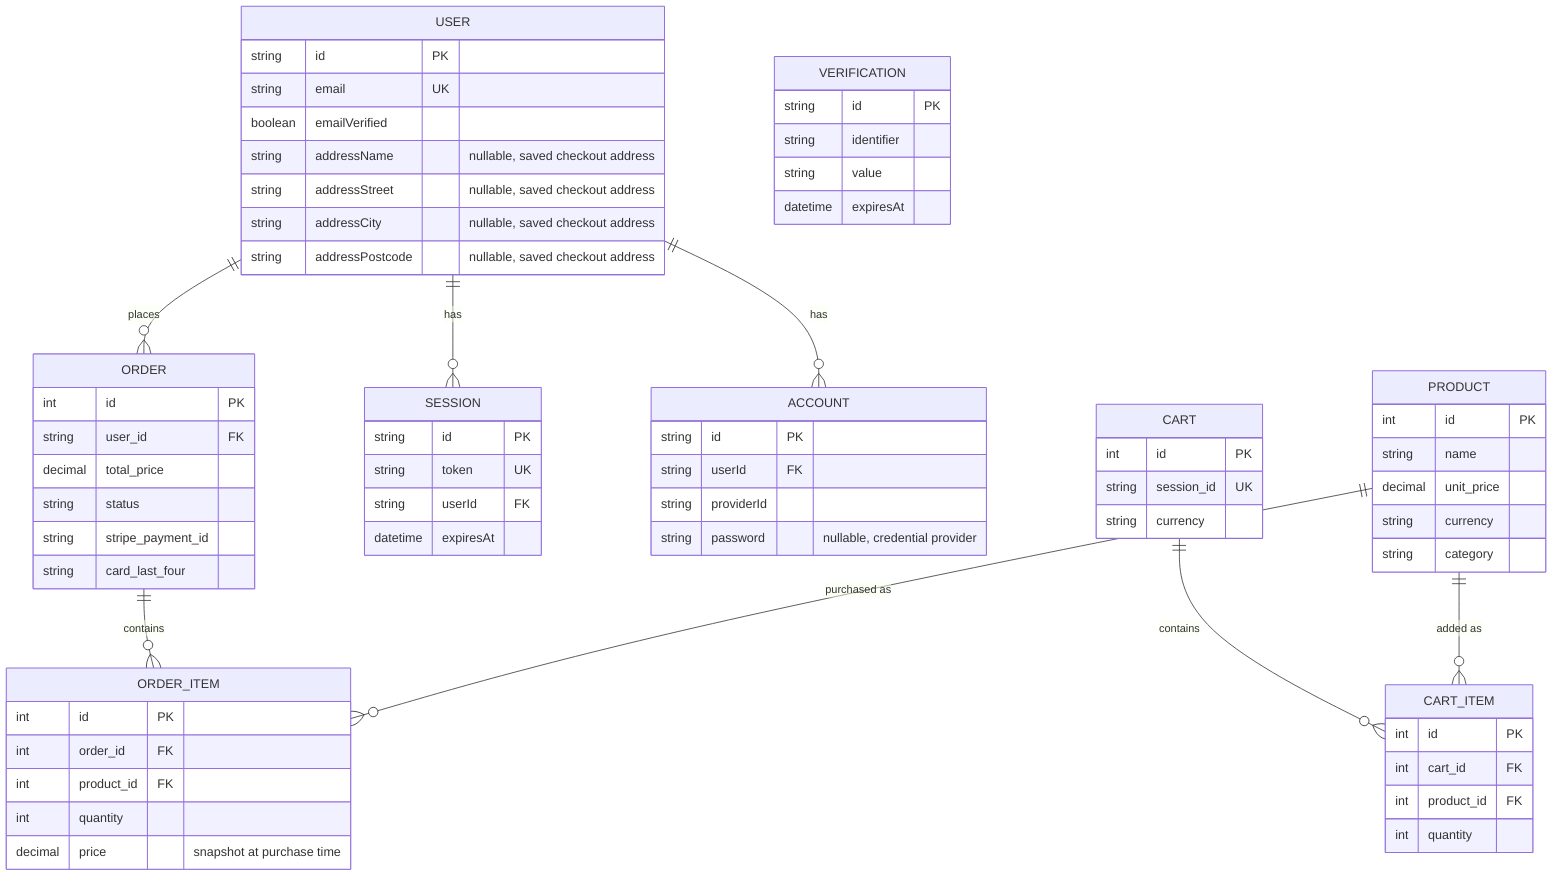
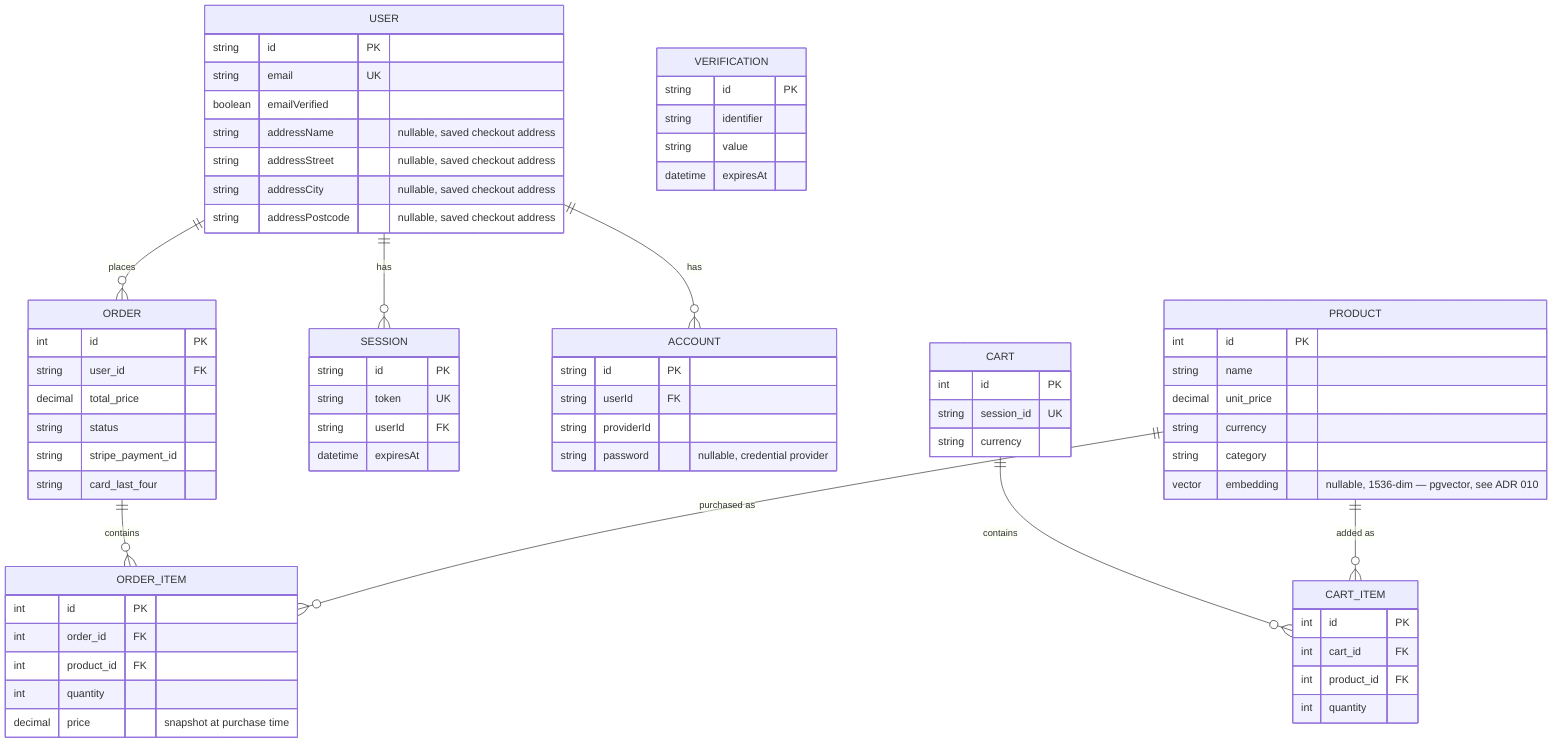
%% Data model — Prisma schema (packages/api/prisma/schema.prisma).
- %% Source of truth: packages/api/prisma/schema.prisma, docs/adr/002-database-and-orm.md.
+ %% Source of truth: packages/api/prisma/schema.prisma, docs/adr/002-database-and-orm.md, docs/adr/010-semantic-search.md.
%% Regenerate the SVG with: bun run diagrams
erDiagram
  USER ||--o{ ORDER : places
  USER ||--o{ SESSION : has
  USER ||--o{ ACCOUNT : has
  CART ||--o{ CART_ITEM : contains
  PRODUCT ||--o{ CART_ITEM : "added as"
  ORDER ||--o{ ORDER_ITEM : contains
  PRODUCT ||--o{ ORDER_ITEM : "purchased as"

  USER {
    string id PK
    string email UK
    boolean emailVerified
    string addressName "nullable, saved checkout address"
    string addressStreet "nullable, saved checkout address"
    string addressCity "nullable, saved checkout address"
    string addressPostcode "nullable, saved checkout address"
  }

  SESSION {
    string id PK
    string token UK
    string userId FK
    datetime expiresAt
  }

  ACCOUNT {
    string id PK
    string userId FK
    string providerId
    string password "nullable, credential provider"
  }

  VERIFICATION {
    string id PK
    string identifier
    string value
    datetime expiresAt
  }

  PRODUCT {
    int id PK
    string name
    decimal unit_price
    string currency
    string category
+     vector embedding "nullable, 1536-dim — pgvector, see ADR 010"
  }

  CART {
    int id PK
    string session_id UK
    string currency
  }

  CART_ITEM {
    int id PK
    int cart_id FK
    int product_id FK
    int quantity
  }

  ORDER {
    int id PK
    string user_id FK
    decimal total_price
    string status
    string stripe_payment_id
    string card_last_four
  }

  ORDER_ITEM {
    int id PK
    int order_id FK
    int product_id FK
    int quantity
    decimal price "snapshot at purchase time"
  }
